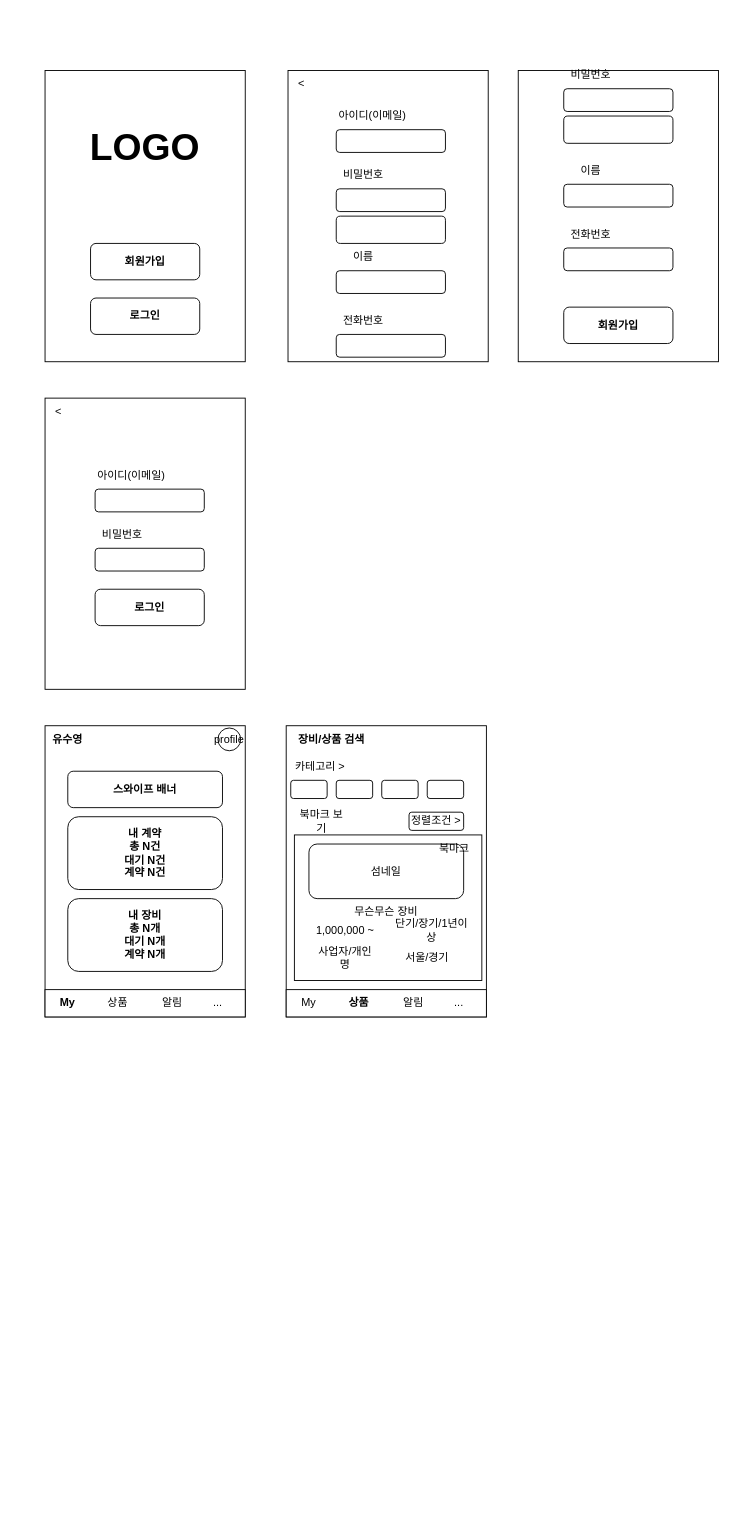
Earlier version of the draw.io diagram toy-signature.drawio (swimming-lab/toy-signature). Source tidied: cells renumbered, new cells numbered last; positions are measured from the earlier drawing's top-left corner, leaving out a move shared by most shapes. Both pictures are drawn from the tidied source at 91%, with x=0, y=0 at pixel (40, 61).
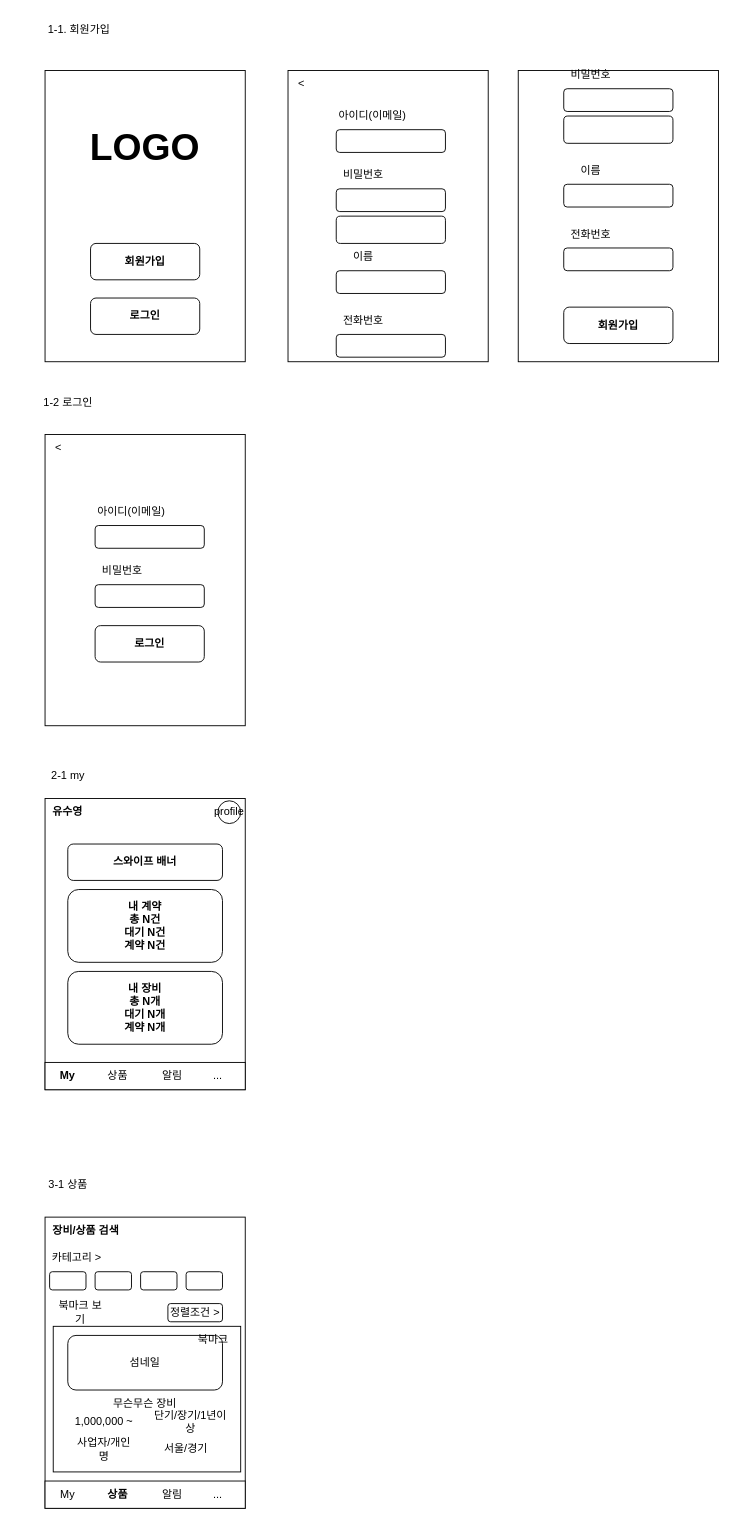
The same diagram, later.

The edit, as a diff of the source:
```diff
@@
     <mxCell id="2" style="rounded=0;whiteSpace=wrap;html=1;" parent="1" vertex="1">
-      <mxGeometry x="270" y="730" width="220" height="320" as="geometry" />
+      <mxGeometry x="5" y="1270" width="220" height="320" as="geometry" />
     </mxCell>
@@
     <mxCell id="7" style="rounded=0;whiteSpace=wrap;html=1;" parent="1" vertex="1">
-      <mxGeometry x="5" y="730" width="220" height="320" as="geometry" />
+      <mxGeometry x="5" y="810" width="220" height="320" as="geometry" />
     </mxCell>
     <mxCell id="8" value="내 계약&lt;br&gt;총 N건&lt;br&gt;대기 N건&lt;br&gt;계약 N건" style="rounded=1;whiteSpace=wrap;html=1;fontStyle=1;" parent="1" vertex="1">
-      <mxGeometry x="30" y="830" width="170" height="80" as="geometry" />
+      <mxGeometry x="30" y="910" width="170" height="80" as="geometry" />
     </mxCell>
     <mxCell id="9" value="유수영" style="text;html=1;strokeColor=none;fillColor=none;align=center;verticalAlign=middle;whiteSpace=wrap;rounded=0;fontSize=12;fontStyle=1;" parent="1" vertex="1">
-      <mxGeometry x="5" y="730" width="50" height="30" as="geometry" />
+      <mxGeometry x="5" y="810" width="50" height="30" as="geometry" />
     </mxCell>
     <mxCell id="10" value="profile" style="ellipse;whiteSpace=wrap;html=1;fontSize=12;verticalAlign=middle;" parent="1" vertex="1">
-      <mxGeometry x="195" y="732.5" width="25" height="25" as="geometry" />
+      <mxGeometry x="195" y="812.5" width="25" height="25" as="geometry" />
     </mxCell>
     <mxCell id="11" value="내 장비&lt;br&gt;총 N개&lt;br&gt;대기 N개&lt;br&gt;계약 N개" style="rounded=1;whiteSpace=wrap;html=1;fontStyle=1;" parent="1" vertex="1">
-      <mxGeometry x="30" y="920" width="170" height="80" as="geometry" />
+      <mxGeometry x="30" y="1000" width="170" height="80" as="geometry" />
     </mxCell>
     <mxCell id="12" value="스와이프 배너" style="rounded=1;whiteSpace=wrap;html=1;fontStyle=1;" parent="1" vertex="1">
-      <mxGeometry x="30" y="780" width="170" height="40" as="geometry" />
+      <mxGeometry x="30" y="860" width="170" height="40" as="geometry" />
     </mxCell>
     <mxCell id="13" style="group;" parent="1" vertex="1">
-      <mxGeometry y="1020" width="225" height="30" as="geometry" />
+      <mxGeometry y="1100" width="225" height="30" as="geometry" />
     </mxCell>
@@
     <mxCell id="19" style="group;fontStyle=1;" parent="1" vertex="1">
-      <mxGeometry x="265" y="1020" width="225" height="30" as="geometry" />
+      <mxGeometry y="1560" width="225" height="30" as="geometry" />
     </mxCell>
@@
     <mxCell id="25" value="장비/상품 검색" style="text;html=1;strokeColor=none;fillColor=none;align=center;verticalAlign=middle;whiteSpace=wrap;rounded=0;fontSize=12;fontStyle=1;" parent="1" vertex="1">
-      <mxGeometry x="235" y="730" width="170" height="30" as="geometry" />
+      <mxGeometry x="5" y="1270" width="90" height="30" as="geometry" />
     </mxCell>
     <mxCell id="26" value="카테고리 &amp;gt;" style="text;html=1;strokeColor=none;fillColor=none;align=center;verticalAlign=middle;whiteSpace=wrap;rounded=0;fontSize=12;" parent="1" vertex="1">
-      <mxGeometry x="200" y="760" width="215" height="30" as="geometry" />
+      <mxGeometry x="5" y="1300" width="70" height="30" as="geometry" />
     </mxCell>
     <mxCell id="27" style="rounded=1;whiteSpace=wrap;html=1;fontSize=12;" parent="1" vertex="1">
-      <mxGeometry x="325" y="790" width="40" height="20" as="geometry" />
+      <mxGeometry x="60" y="1330" width="40" height="20" as="geometry" />
     </mxCell>
     <mxCell id="28" style="rounded=1;whiteSpace=wrap;html=1;fontSize=12;" parent="1" vertex="1">
-      <mxGeometry x="375" y="790" width="40" height="20" as="geometry" />
+      <mxGeometry x="110" y="1330" width="40" height="20" as="geometry" />
     </mxCell>
     <mxCell id="29" style="rounded=1;whiteSpace=wrap;html=1;fontSize=12;" parent="1" vertex="1">
-      <mxGeometry x="425" y="790" width="40" height="20" as="geometry" />
+      <mxGeometry x="160" y="1330" width="40" height="20" as="geometry" />
     </mxCell>
     <mxCell id="30" style="rounded=1;whiteSpace=wrap;html=1;fontSize=12;" parent="1" vertex="1">
-      <mxGeometry x="275" y="790" width="40" height="20" as="geometry" />
+      <mxGeometry x="10" y="1330" width="40" height="20" as="geometry" />
     </mxCell>
     <mxCell id="31" value="북마크 보기" style="text;html=1;strokeColor=none;fillColor=none;align=center;verticalAlign=middle;whiteSpace=wrap;rounded=0;fontSize=12;" parent="1" vertex="1">
-      <mxGeometry x="279" y="820" width="60" height="30" as="geometry" />
+      <mxGeometry x="14" y="1360" width="60" height="30" as="geometry" />
     </mxCell>
     <mxCell id="32" value="정렬조건 &amp;gt;" style="rounded=1;whiteSpace=wrap;html=1;fontSize=12;" parent="1" vertex="1">
-      <mxGeometry x="405" y="825" width="60" height="20" as="geometry" />
+      <mxGeometry x="140" y="1365" width="60" height="20" as="geometry" />
     </mxCell>
     <mxCell id="33" style="group;" parent="1" vertex="1">
-      <mxGeometry x="279" y="850" width="206" height="160" as="geometry" />
+      <mxGeometry x="14" y="1390" width="206" height="160" as="geometry" />
     </mxCell>
@@
     <mxCell id="61" style="rounded=0;whiteSpace=wrap;html=1;" parent="1" vertex="1">
-      <mxGeometry x="5" y="370" width="220" height="320" as="geometry" />
+      <mxGeometry x="5" y="410" width="220" height="320" as="geometry" />
     </mxCell>
     <mxCell id="62" style="rounded=1;whiteSpace=wrap;html=1;fontStyle=1;" parent="1" vertex="1">
-      <mxGeometry x="60" y="470" width="120" height="25" as="geometry" />
+      <mxGeometry x="60" y="510" width="120" height="25" as="geometry" />
     </mxCell>
     <mxCell id="63" value="아이디(이메일)" style="text;html=1;strokeColor=none;fillColor=none;align=center;verticalAlign=middle;whiteSpace=wrap;rounded=0;fontSize=12;" parent="1" vertex="1">
-      <mxGeometry x="60" y="440" width="80" height="30" as="geometry" />
+      <mxGeometry x="60" y="480" width="80" height="30" as="geometry" />
     </mxCell>
     <mxCell id="64" style="rounded=1;whiteSpace=wrap;html=1;fontStyle=1;" parent="1" vertex="1">
-      <mxGeometry x="60" y="535" width="120" height="25" as="geometry" />
+      <mxGeometry x="60" y="575" width="120" height="25" as="geometry" />
     </mxCell>
     <mxCell id="65" value="비밀번호" style="text;html=1;strokeColor=none;fillColor=none;align=center;verticalAlign=middle;whiteSpace=wrap;rounded=0;fontSize=12;" parent="1" vertex="1">
-      <mxGeometry x="60" y="505" width="60" height="30" as="geometry" />
+      <mxGeometry x="60" y="545" width="60" height="30" as="geometry" />
     </mxCell>
     <mxCell id="66" value="로그인" style="rounded=1;whiteSpace=wrap;html=1;fontStyle=1;" parent="1" vertex="1">
-      <mxGeometry x="60" y="580" width="120" height="40" as="geometry" />
+      <mxGeometry x="60" y="620" width="120" height="40" as="geometry" />
     </mxCell>
     <mxCell id="67" value="&amp;lt;" style="text;html=1;strokeColor=none;fillColor=none;align=center;verticalAlign=middle;whiteSpace=wrap;rounded=0;fontSize=12;" parent="1" vertex="1">
-      <mxGeometry x="5" y="370" width="30" height="30" as="geometry" />
+      <mxGeometry x="5" y="410" width="30" height="30" as="geometry" />
     </mxCell>
@@
+    <mxCell id="69" value="1-1. 회원가입" style="text;html=1;strokeColor=none;fillColor=none;align=center;verticalAlign=middle;whiteSpace=wrap;rounded=0;" parent="1" vertex="1">
+      <mxGeometry x="-15" y="-50" width="115" height="30" as="geometry" />
+    </mxCell>
+    <mxCell id="70" value="1-2 로그인" style="text;html=1;strokeColor=none;fillColor=none;align=center;verticalAlign=middle;whiteSpace=wrap;rounded=0;" parent="1" vertex="1">
+      <mxGeometry x="-27.5" y="360" width="115" height="30" as="geometry" />
+    </mxCell>
+    <mxCell id="71" value="2-1 my" style="text;html=1;strokeColor=none;fillColor=none;align=center;verticalAlign=middle;whiteSpace=wrap;rounded=0;" parent="1" vertex="1">
+      <mxGeometry x="-27.5" y="770" width="115" height="30" as="geometry" />
+    </mxCell>
+    <mxCell id="72" value="3-1 상품" style="text;html=1;strokeColor=none;fillColor=none;align=center;verticalAlign=middle;whiteSpace=wrap;rounded=0;" parent="1" vertex="1">
+      <mxGeometry x="-27.5" y="1220" width="115" height="30" as="geometry" />
+    </mxCell>
```
